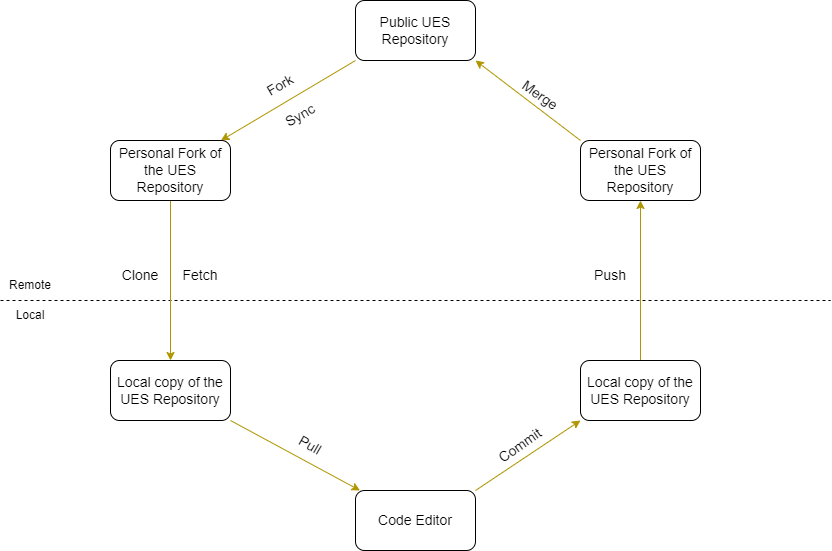
Mashyuf/UES-website-tutorial keeps this draw.io diagram as git-operations.drawio.png. Above is the earlier version. Source tidied: cells renumbered, new cells last; positions are measured from the earlier drawing's top-left corner, leaving out a move shared by most shapes.
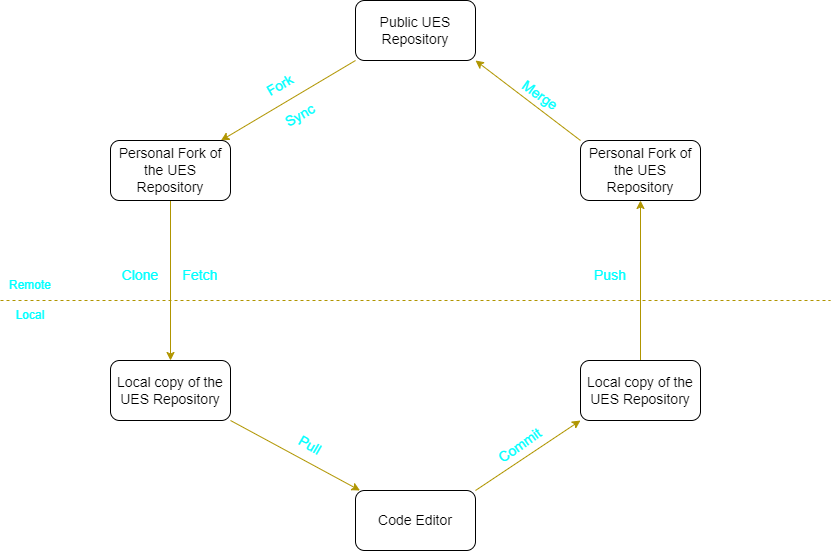
The same file after the commit.

What changed in the source:
```diff
@@ -2,16 +2,16 @@
   <root>
     <mxCell id="0" />
     <mxCell id="1" parent="0" />
-    <mxCell id="2" style="endArrow=none;dashed=1;html=1;" parent="1" edge="1">
+    <mxCell id="2" style="endArrow=none;dashed=1;html=1;fillColor=#e3c800;strokeColor=#B09500;" parent="1" edge="1">
       <mxGeometry relative="1" as="geometry">
         <mxPoint y="300" as="sourcePoint" />
         <mxPoint x="830" y="300" as="targetPoint" />
       </mxGeometry>
     </mxCell>
-    <mxCell id="3" value="Remote" style="text;html=1;strokeColor=none;fillColor=none;align=center;verticalAlign=middle;whiteSpace=wrap;rounded=0;" parent="1" vertex="1">
+    <mxCell id="3" value="Remote" style="text;html=1;strokeColor=none;fillColor=none;align=center;verticalAlign=middle;whiteSpace=wrap;rounded=0;fontColor=#00FFFF;" parent="1" vertex="1">
       <mxGeometry y="270" width="60" height="30" as="geometry" />
     </mxCell>
-    <mxCell id="4" value="Local" style="text;html=1;strokeColor=none;fillColor=none;align=center;verticalAlign=middle;whiteSpace=wrap;rounded=0;" parent="1" vertex="1">
+    <mxCell id="4" value="Local" style="text;html=1;strokeColor=none;fillColor=none;align=center;verticalAlign=middle;whiteSpace=wrap;rounded=0;fontColor=#00FFFF;" parent="1" vertex="1">
       <mxGeometry y="300" width="60" height="30" as="geometry" />
     </mxCell>
     <mxCell id="5" style="edgeStyle=none;html=1;exitX=0;exitY=1;exitDx=0;exitDy=0;fontSize=14;fillColor=#e3c800;strokeColor=#B09500;" parent="1" edge="1" source="6" target="8">
@@ -28,7 +28,7 @@
     <mxCell id="8" value="Personal Fork of the UES Repository" style="rounded=1;whiteSpace=wrap;html=1;fontSize=14;" parent="1" vertex="1">
       <mxGeometry x="110" y="140" width="120" height="60" as="geometry" />
     </mxCell>
-    <mxCell id="9" value="Fork" style="text;html=1;strokeColor=none;fillColor=none;align=center;verticalAlign=middle;whiteSpace=wrap;rounded=0;fontSize=14;rotation=-30;" parent="1" vertex="1">
+    <mxCell id="9" value="Fork" style="text;html=1;strokeColor=none;fillColor=none;align=center;verticalAlign=middle;whiteSpace=wrap;rounded=0;fontSize=14;rotation=-30;fontColor=#00FFFF;" parent="1" vertex="1">
       <mxGeometry x="250" y="70" width="60" height="30" as="geometry" />
     </mxCell>
     <mxCell id="10" style="edgeStyle=none;html=1;exitX=1;exitY=1;exitDx=0;exitDy=0;fontSize=14;fillColor=#e3c800;strokeColor=#B09500;" parent="1" edge="1" source="11" target="16">
@@ -37,13 +37,13 @@
     <mxCell id="11" value="Local copy of the UES Repository" style="rounded=1;whiteSpace=wrap;html=1;fontSize=14;" parent="1" vertex="1">
       <mxGeometry x="110" y="360" width="120" height="60" as="geometry" />
     </mxCell>
-    <mxCell id="12" value="Clone" style="text;html=1;strokeColor=none;fillColor=none;align=center;verticalAlign=middle;whiteSpace=wrap;rounded=0;fontSize=14;" parent="1" vertex="1">
+    <mxCell id="12" value="Clone" style="text;html=1;strokeColor=none;fillColor=none;align=center;verticalAlign=middle;whiteSpace=wrap;rounded=0;fontSize=14;fontColor=#00FFFF;" parent="1" vertex="1">
       <mxGeometry x="110" y="260" width="60" height="30" as="geometry" />
     </mxCell>
-    <mxCell id="13" value="Fetch" style="text;html=1;strokeColor=none;fillColor=none;align=center;verticalAlign=middle;whiteSpace=wrap;rounded=0;fontSize=14;" parent="1" vertex="1">
+    <mxCell id="13" value="Fetch" style="text;html=1;strokeColor=none;fillColor=none;align=center;verticalAlign=middle;whiteSpace=wrap;rounded=0;fontSize=14;fontColor=#00FFFF;" parent="1" vertex="1">
       <mxGeometry x="170" y="260" width="60" height="30" as="geometry" />
     </mxCell>
-    <mxCell id="14" value="Sync" style="text;html=1;strokeColor=none;fillColor=none;align=center;verticalAlign=middle;whiteSpace=wrap;rounded=0;fontSize=14;rotation=-30;" parent="1" vertex="1">
+    <mxCell id="14" value="Sync" style="text;html=1;strokeColor=none;fillColor=none;align=center;verticalAlign=middle;whiteSpace=wrap;rounded=0;fontSize=14;rotation=-30;fontColor=#00FFFF;" parent="1" vertex="1">
       <mxGeometry x="270" y="100" width="60" height="30" as="geometry" />
     </mxCell>
     <mxCell id="15" style="edgeStyle=none;html=1;exitX=1;exitY=0;exitDx=0;exitDy=0;entryX=0;entryY=1;entryDx=0;entryDy=0;fontSize=14;fillColor=#e3c800;strokeColor=#B09500;" parent="1" edge="1" source="16" target="19">
@@ -52,7 +52,7 @@
     <mxCell id="16" value="Code Editor" style="rounded=1;whiteSpace=wrap;html=1;fontSize=14;" parent="1" vertex="1">
       <mxGeometry x="355" y="490" width="120" height="60" as="geometry" />
     </mxCell>
-    <mxCell id="17" value="Pull" style="text;html=1;strokeColor=none;fillColor=none;align=center;verticalAlign=middle;whiteSpace=wrap;rounded=0;fontSize=14;rotation=30;" parent="1" vertex="1">
+    <mxCell id="17" value="Pull" style="text;html=1;strokeColor=none;fillColor=none;align=center;verticalAlign=middle;whiteSpace=wrap;rounded=0;fontSize=14;rotation=30;fontColor=#00FFFF;" parent="1" vertex="1">
       <mxGeometry x="280" y="430" width="60" height="30" as="geometry" />
     </mxCell>
     <mxCell id="18" style="edgeStyle=none;html=1;exitX=0.5;exitY=0;exitDx=0;exitDy=0;entryX=0.5;entryY=1;entryDx=0;entryDy=0;fontSize=14;fillColor=#e3c800;strokeColor=#B09500;" parent="1" edge="1" source="19" target="22">
@@ -61,7 +61,7 @@
     <mxCell id="19" value="Local copy of the UES Repository" style="rounded=1;whiteSpace=wrap;html=1;fontSize=14;" parent="1" vertex="1">
       <mxGeometry x="580" y="360" width="120" height="60" as="geometry" />
     </mxCell>
-    <mxCell id="20" value="Commit" style="text;html=1;strokeColor=none;fillColor=none;align=center;verticalAlign=middle;whiteSpace=wrap;rounded=0;fontSize=14;rotation=-35;" parent="1" vertex="1">
+    <mxCell id="20" value="Commit" style="text;html=1;strokeColor=none;fillColor=none;align=center;verticalAlign=middle;whiteSpace=wrap;rounded=0;fontSize=14;rotation=-35;fontColor=#00FFFF;" parent="1" vertex="1">
       <mxGeometry x="490" y="430" width="60" height="30" as="geometry" />
     </mxCell>
     <mxCell id="21" style="edgeStyle=none;html=1;exitX=0;exitY=0;exitDx=0;exitDy=0;entryX=1;entryY=1;entryDx=0;entryDy=0;fontSize=14;fillColor=#e3c800;strokeColor=#B09500;" parent="1" edge="1" source="22" target="6">
@@ -70,10 +70,10 @@
     <mxCell id="22" value="Personal Fork of the UES Repository" style="rounded=1;whiteSpace=wrap;html=1;fontSize=14;" parent="1" vertex="1">
       <mxGeometry x="580" y="140" width="120" height="60" as="geometry" />
     </mxCell>
-    <mxCell id="23" value="Push" style="text;html=1;strokeColor=none;fillColor=none;align=center;verticalAlign=middle;whiteSpace=wrap;rounded=0;fontSize=14;" parent="1" vertex="1">
+    <mxCell id="23" value="Push" style="text;html=1;strokeColor=none;fillColor=none;align=center;verticalAlign=middle;whiteSpace=wrap;rounded=0;fontSize=14;fontColor=#00FFFF;" parent="1" vertex="1">
       <mxGeometry x="580" y="260" width="60" height="30" as="geometry" />
     </mxCell>
-    <mxCell id="24" value="Merge" style="text;html=1;strokeColor=none;fillColor=none;align=center;verticalAlign=middle;whiteSpace=wrap;rounded=0;fontSize=14;rotation=35;" parent="1" vertex="1">
+    <mxCell id="24" value="Merge" style="text;html=1;strokeColor=none;fillColor=none;align=center;verticalAlign=middle;whiteSpace=wrap;rounded=0;fontSize=14;rotation=35;fontColor=#00FFFF;" parent="1" vertex="1">
       <mxGeometry x="510" y="80" width="60" height="30" as="geometry" />
     </mxCell>
   </root>
```
